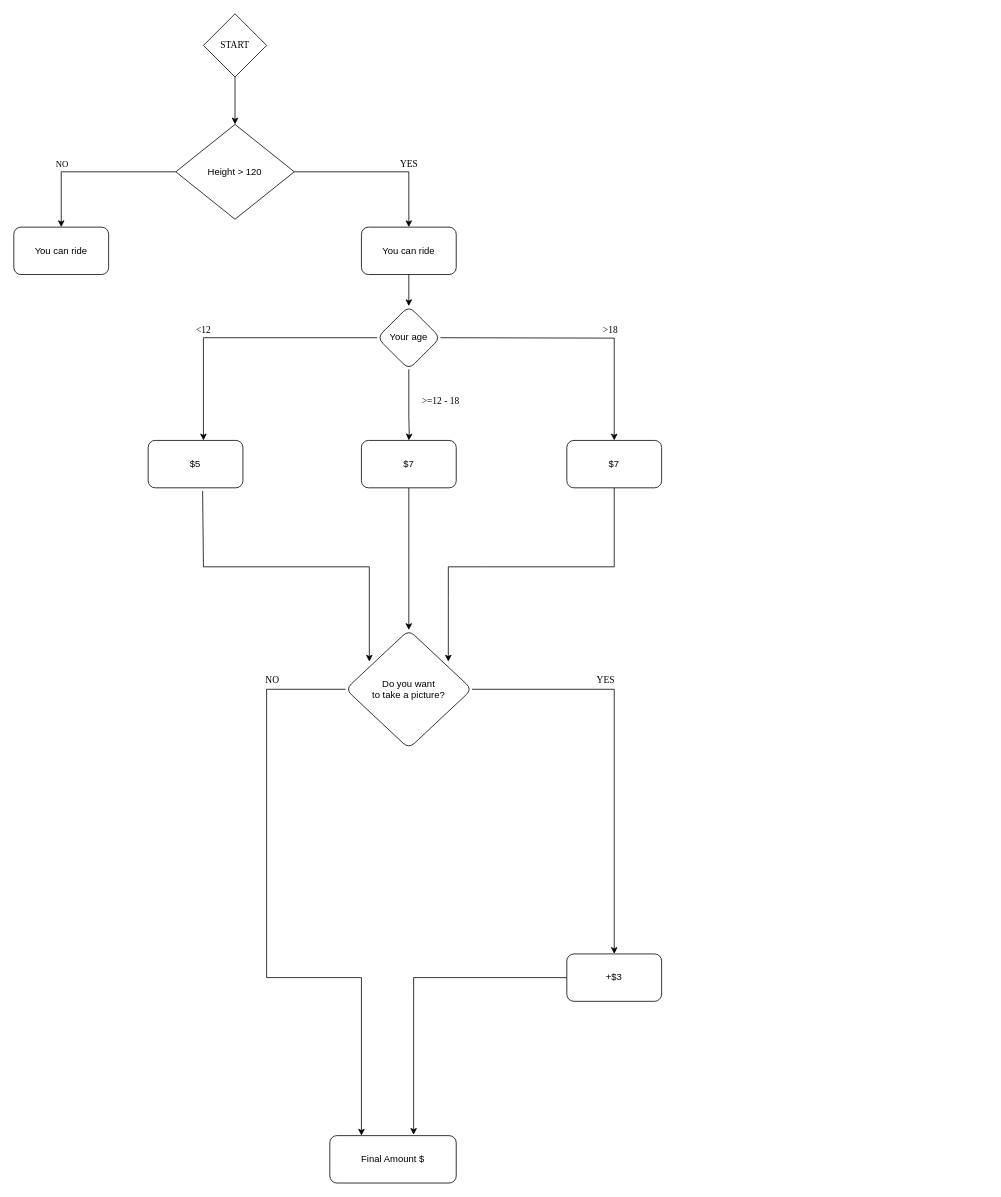
Above: Untitled Diagram.drawio in Yvane-Christopher/Yvane-Christopher (draw.io), before the change. Source tidied: cells renumbered, new cells numbered last; positions are measured from the earlier drawing's top-left corner, leaving out a move shared by most shapes. Both pictures are drawn from the tidied source at 79%, with x=0, y=0 at pixel (13, 13).
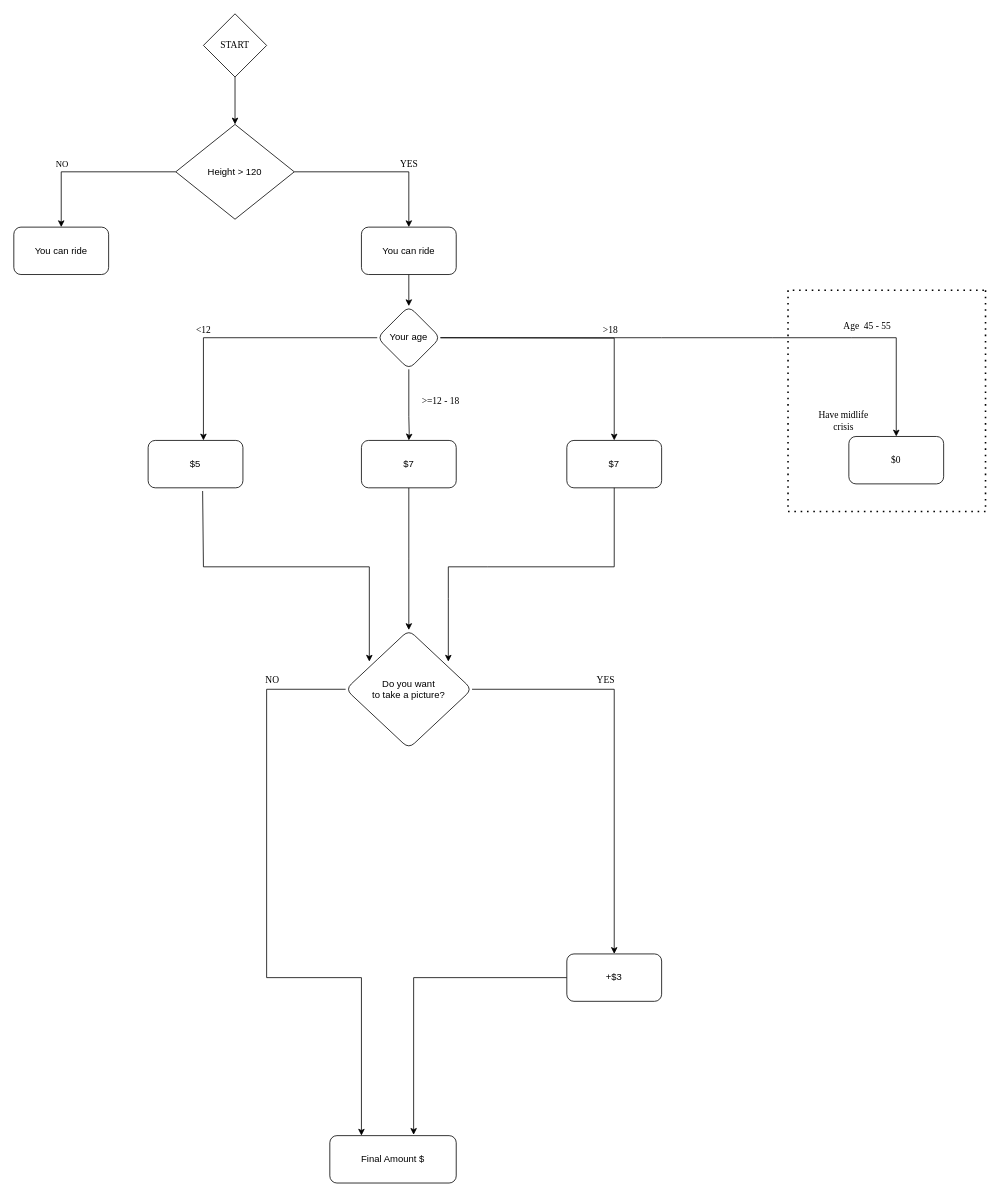
After the change.

Unchanged cells that the change refers to:
```xml
<mxCell id="24" value="Your age" style="rhombus;whiteSpace=wrap;html=1;rounded=1;" parent="1" vertex="1">
  <mxGeometry x="460" y="370" width="80" height="80" as="geometry" />
</mxCell>
```

Diff of the diagram source:
```diff
@@
-    <mxCell id="3" value="START" style="rhombus;whiteSpace=wrap;html=1;fontFamily=Times New Roman;" parent="1" vertex="1">
+    <mxCell id="3" value="START" style="rhombus;whiteSpace=wrap;html=1;fontFamily=Times New Roman;labelBackgroundColor=none;" parent="1" vertex="1">
       <mxGeometry x="240" width="80" height="80" as="geometry" />
     </mxCell>
@@
+    <mxCell id="34" value="$0" style="rounded=1;whiteSpace=wrap;html=1;fontFamily=Times New Roman;" parent="1" vertex="1">
+      <mxGeometry x="1057" y="535" width="120" height="60" as="geometry" />
+    </mxCell>
+    <mxCell id="35" style="endArrow=classic;html=1;rounded=0;fontFamily=Times New Roman;entryX=0.5;entryY=0;entryDx=0;entryDy=0;exitX=1;exitY=0.5;exitDx=0;exitDy=0;" parent="1" edge="1" source="24" target="34">
+      <mxGeometry relative="1" as="geometry">
+        <Array as="points">
+          <mxPoint x="820" y="410" />
+          <mxPoint x="960" y="410" />
+          <mxPoint x="1060" y="410" />
+          <mxPoint x="1117" y="410" />
+        </Array>
+      </mxGeometry>
+    </mxCell>
+    <mxCell id="36" value="Age&amp;nbsp; 45 - 55" style="text;html=1;align=center;verticalAlign=middle;strokeColor=none;fillColor=none;fontFamily=Times New Roman;" parent="1" vertex="1">
+      <mxGeometry x="1040" y="386" width="80" height="20" as="geometry" />
+    </mxCell>
+    <mxCell id="37" style="endArrow=none;dashed=1;html=1;dashPattern=1 3;strokeWidth=2;rounded=0;fontFamily=Times New Roman;" parent="1" edge="1">
+      <mxGeometry relative="1" as="geometry">
+        <mxPoint x="1230" y="350" as="sourcePoint" />
+        <mxPoint x="1230" y="350" as="targetPoint" />
+        <Array as="points">
+          <mxPoint x="1230" y="630" />
+          <mxPoint x="980" y="630" />
+          <mxPoint x="980" y="510" />
+          <mxPoint x="980" y="350" />
+        </Array>
+      </mxGeometry>
+    </mxCell>
+    <mxCell id="38" value="Have midlife&lt;br&gt;crisis" style="text;html=1;align=center;verticalAlign=middle;strokeColor=none;fillColor=none;fontFamily=Times New Roman;" parent="1" vertex="1">
+      <mxGeometry x="1010" y="500" width="80" height="30" as="geometry" />
+    </mxCell>
```
